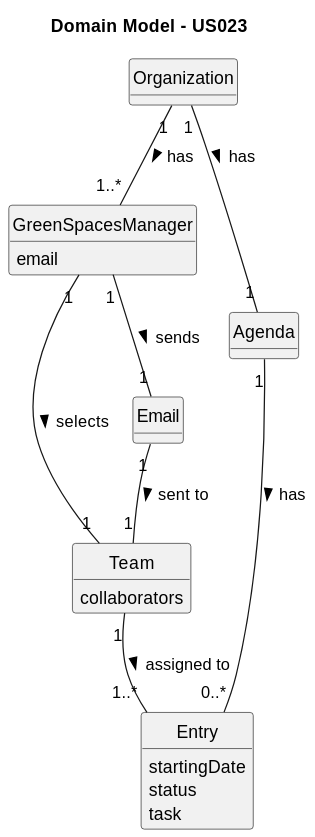
daniel41silva05/ISEP_2023_2024_LAPR2 keeps this PlantUML diagram as docs/sprintA&B&C/us023/02.analysis/svg/us023-domain-model.svg. Above is the earlier version. Source of this version:
```plantuml
@startuml
skinparam monochrome true
skinparam packageStyle rectangle
skinparam shadowing false

skinparam classAttributeIconSize 0

hide circle
hide methods

title Domain Model - US023

class Organization {
}

class GreenSpacesManager {
    email
}

class Agenda {
}

class Entry {
    startingDate
    status
    task
}

class Team {
    collaborators
}

class Email {
}

Organization "1" -- "1..*" GreenSpacesManager : has >
Organization "1" -- "1" Agenda : has >
GreenSpacesManager "1" -- "1" Team : selects  >
Agenda "1" -- "0..*" Entry : has >
Team "1" -- "1..*" Entry : assigned to >
GreenSpacesManager "1" -- "1" Email : sends >
Email "1" -- "1" Team : sent to >
@enduml
```
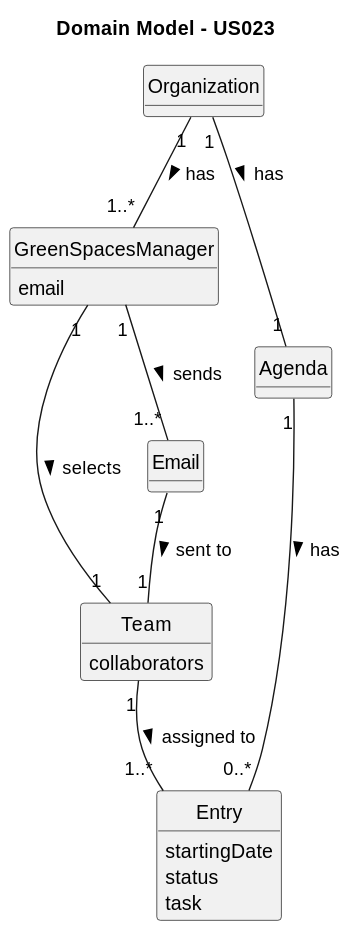
The same file after the commit.

Commit message:
Domain Model + Use Case Diagram

What changed in the source:
```diff
@@ -38,6 +38,6 @@
 GreenSpacesManager "1" -- "1" Team : selects  >
 Agenda "1" -- "0..*" Entry : has >
 Team "1" -- "1..*" Entry : assigned to >
-GreenSpacesManager "1" -- "1" Email : sends >
+GreenSpacesManager "1" -- "1..*" Email : sends >
 Email "1" -- "1" Team : sent to >
 @enduml
```
